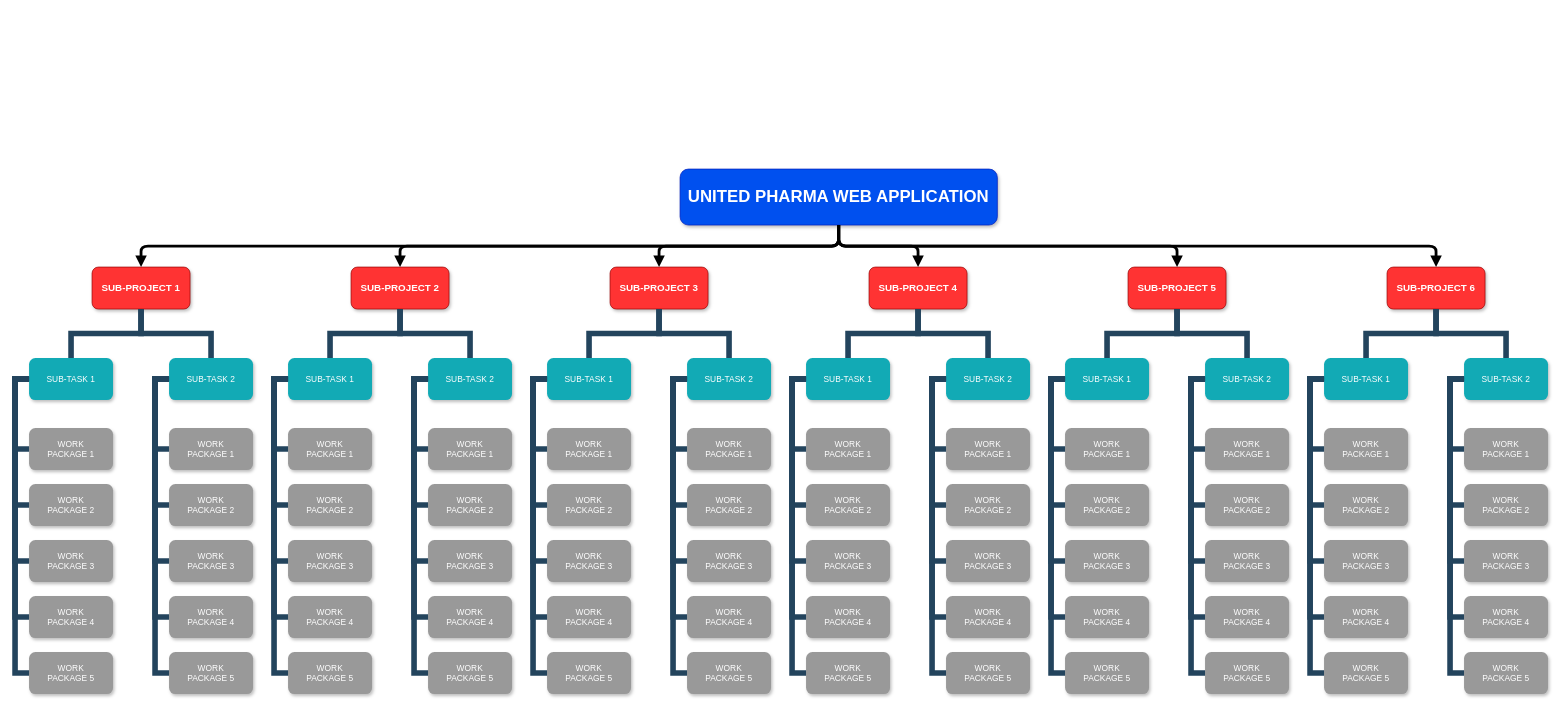
This is wbs.drawio from mashihimasha/UPW_Diagrams, a draw.io file, before an edit. Source tidied: cells renumbered, new cells numbered last; positions are measured from the earlier drawing's top-left corner, leaving out a move shared by most shapes. Both pictures are drawn from the tidied source at 70%, with x=0, y=0 at pixel (15, 169).
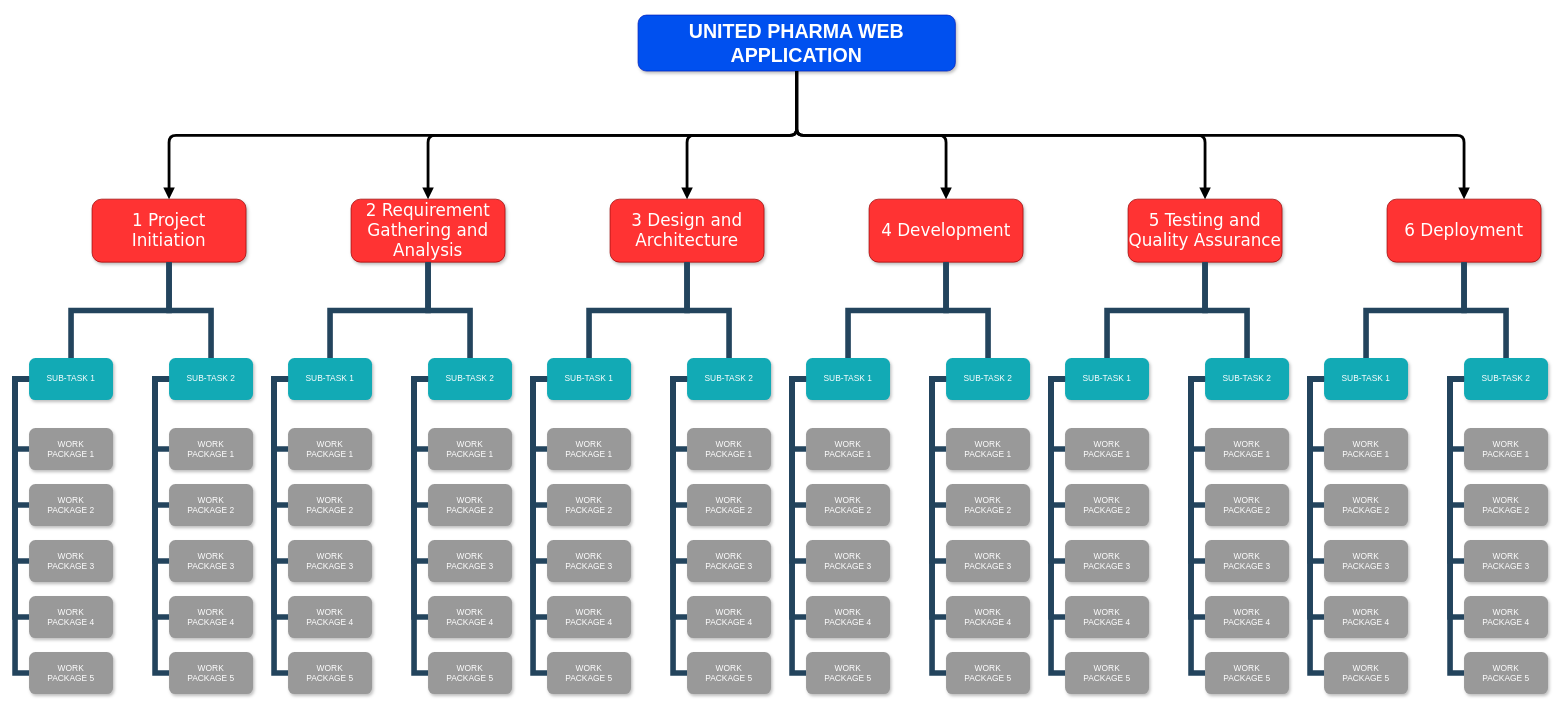
The same diagram, later.

What changed in the source:
```diff
@@
-<mxGraphModel>
+<mxGraphModel background="#ffffff">
@@
-    <mxCell id="2" value="UNITED PHARMA WEB APPLICATION" style="whiteSpace=wrap;rounded=1;shadow=1;fillColor=#0050ef;strokeColor=#001DBC;fontColor=#ffffff;fontStyle=1;fontSize=24;" parent="1" vertex="1">
-      <mxGeometry x="950" width="453.3" height="80" as="geometry" />
+    <mxCell id="2" value="UNITED PHARMA WEB APPLICATION" style="whiteSpace=wrap;rounded=1;shadow=1;fillColor=#0050ef;strokeColor=#001DBC;fontColor=#ffffff;fontStyle=1;fontSize=28;" parent="1" vertex="1">
+      <mxGeometry x="890" y="-220" width="453.3" height="80" as="geometry" />
     </mxCell>
-    <mxCell id="3" value="SUB-PROJECT 1" style="whiteSpace=wrap;rounded=1;shadow=1;fontStyle=1;fontSize=14;fillColor=#FF3333;strokeColor=#990000;fontColor=#FFFFFF;" parent="1" vertex="1">
-      <mxGeometry x="110" y="140" width="140" height="60" as="geometry" />
+    <mxCell id="3" value="1 Project Initiation" style="whiteSpace=wrap;rounded=1;shadow=1;fontStyle=0;fontSize=24;fillColor=#FF3333;strokeColor=#990000;fontColor=#FFFFFF;fontFamily=Verdana;" parent="1" vertex="1">
+      <mxGeometry x="110" y="43" width="220" height="90" as="geometry" />
     </mxCell>
-    <mxCell id="4" value="SUB-PROJECT 2" style="whiteSpace=wrap;rounded=1;shadow=1;fontStyle=1;fontSize=14;fillColor=#FF3333;strokeColor=#990000;fontColor=#FFFFFF;" parent="1" vertex="1">
-      <mxGeometry x="480" y="140" width="140" height="60" as="geometry" />
+    <mxCell id="4" value="2 Requirement Gathering and Analysis" style="whiteSpace=wrap;rounded=1;shadow=1;fontStyle=0;fontSize=24;fillColor=#FF3333;strokeColor=#990000;fontColor=#FFFFFF;fontFamily=Verdana;" parent="1" vertex="1">
+      <mxGeometry x="480" y="43" width="220" height="90" as="geometry" />
     </mxCell>
-    <mxCell id="5" value="SUB-PROJECT 6" style="whiteSpace=wrap;rounded=1;shadow=1;fontStyle=1;fontSize=14;fillColor=#FF3333;strokeColor=#990000;fontColor=#FFFFFF;" parent="1" vertex="1">
-      <mxGeometry x="1960" y="140" width="140" height="60" as="geometry" />
+    <mxCell id="5" value="6 Deployment" style="whiteSpace=wrap;rounded=1;shadow=1;fontStyle=0;fontSize=24;fillColor=#FF3333;strokeColor=#990000;fontColor=#FFFFFF;fontFamily=Verdana;" parent="1" vertex="1">
+      <mxGeometry x="1960" y="43" width="220" height="90" as="geometry" />
     </mxCell>
-    <mxCell id="6" value="SUB-PROJECT 3" style="whiteSpace=wrap;rounded=1;shadow=1;fontStyle=1;fontSize=14;fillColor=#FF3333;strokeColor=#990000;fontColor=#FFFFFF;" parent="1" vertex="1">
-      <mxGeometry x="850" y="140" width="140" height="60" as="geometry" />
+    <mxCell id="6" value="3 Design and Architecture" style="whiteSpace=wrap;rounded=1;shadow=1;fontStyle=0;fontSize=24;fillColor=#FF3333;strokeColor=#990000;fontColor=#FFFFFF;fontFamily=Verdana;" parent="1" vertex="1">
+      <mxGeometry x="850" y="43" width="220" height="90" as="geometry" />
     </mxCell>
-    <mxCell id="7" value="SUB-PROJECT 4" style="whiteSpace=wrap;rounded=1;shadow=1;fontStyle=1;fontSize=14;fillColor=#FF3333;strokeColor=#990000;fontColor=#FFFFFF;" parent="1" vertex="1">
-      <mxGeometry x="1220" y="140" width="140" height="60" as="geometry" />
+    <mxCell id="7" value="4 Development" style="whiteSpace=wrap;rounded=1;shadow=1;fontStyle=0;fontSize=24;fillColor=#FF3333;strokeColor=#990000;fontColor=#FFFFFF;fontFamily=Verdana;" parent="1" vertex="1">
+      <mxGeometry x="1220" y="43" width="220" height="90" as="geometry" />
     </mxCell>
-    <mxCell id="8" value="SUB-PROJECT 5" style="whiteSpace=wrap;rounded=1;shadow=1;fontStyle=1;fontSize=14;fillColor=#FF3333;strokeColor=#990000;fontColor=#FFFFFF;" parent="1" vertex="1">
-      <mxGeometry x="1590" y="140" width="140" height="60" as="geometry" />
+    <mxCell id="8" value="5 Testing and Quality Assurance" style="whiteSpace=wrap;rounded=1;shadow=1;fontStyle=0;fontSize=24;fillColor=#FF3333;strokeColor=#990000;fontColor=#FFFFFF;fontFamily=Verdana;" parent="1" vertex="1">
+      <mxGeometry x="1590" y="43" width="220" height="90" as="geometry" />
     </mxCell>
```
